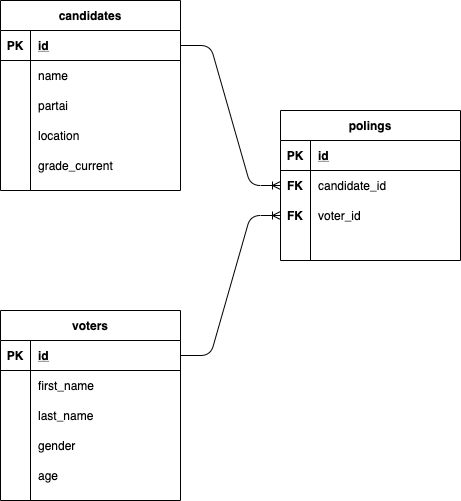
Before: Schema - Poll DB.png, a diagram exported from draw.io (akbarhabiby/draw.io). Source tidied: cells renumbered, new cells last; positions are measured from the earlier drawing's top-left corner, leaving out a move shared by most shapes.
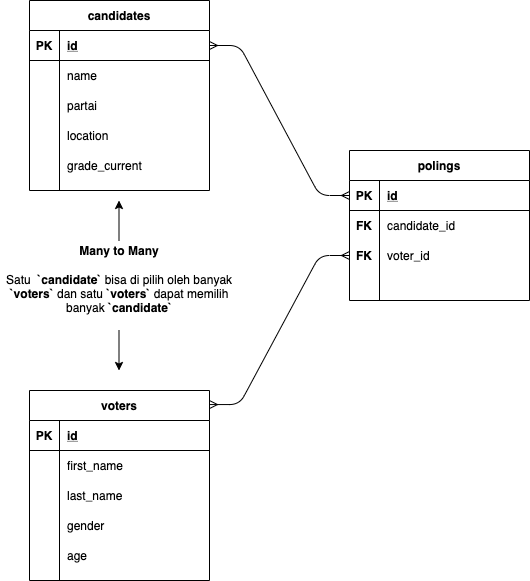
Later version of the same file.

What changed in the source:
```diff
@@ -2,12 +2,6 @@
   <root>
     <mxCell id="0" />
     <mxCell id="1" parent="0" />
-    <mxCell id="2" style="edgeStyle=entityRelationEdgeStyle;fontSize=12;html=1;endArrow=ERoneToMany;entryX=0;entryY=0.5;entryDx=0;entryDy=0;exitX=1;exitY=0.5;exitDx=0;exitDy=0;" parent="1" edge="1" source="5" target="40">
-      <mxGeometry relative="1" as="geometry" />
-    </mxCell>
-    <mxCell id="3" style="edgeStyle=entityRelationEdgeStyle;fontSize=12;html=1;endArrow=ERoneToMany;exitX=1;exitY=0.5;exitDx=0;exitDy=0;entryX=0;entryY=0.5;entryDx=0;entryDy=0;" parent="1" edge="1" source="21" target="43">
-      <mxGeometry relative="1" as="geometry" />
-    </mxCell>
     <mxCell id="4" value="candidates" style="shape=table;startSize=30;rowLines=0;fontStyle=1;align=center;" parent="1" vertex="1">
       <mxGeometry width="180" height="190" as="geometry" />
     </mxCell>
@@ -56,8 +50,14 @@
     <mxCell id="19" value="grade_current" style="shape=partialRectangle;fillColor=none;top=0;left=0;bottom=0;right=0;align=left;spacingLeft=6;overflow=hidden;" parent="17" vertex="1">
       <mxGeometry x="30" width="150" height="30" as="geometry" />
     </mxCell>
+    <mxCell id="49" style="edgeStyle=entityRelationEdgeStyle;fontSize=12;html=1;endArrow=ERmany;startArrow=ERmany;exitX=1;exitY=0.074;exitDx=0;exitDy=0;exitPerimeter=0;entryX=0;entryY=0.5;entryDx=0;entryDy=0;" parent="1" edge="1" source="20" target="43">
+      <mxGeometry relative="1" as="geometry" />
+    </mxCell>
+    <mxCell id="50" style="edgeStyle=entityRelationEdgeStyle;fontSize=12;html=1;endArrow=ERmany;startArrow=ERmany;exitX=1;exitY=0.5;exitDx=0;exitDy=0;entryX=0;entryY=0.5;entryDx=0;entryDy=0;" parent="1" edge="1" source="5" target="37">
+      <mxGeometry relative="1" as="geometry" />
+    </mxCell>
     <mxCell id="20" value="voters" style="shape=table;startSize=30;rowLines=0;fontStyle=1;align=center;" parent="1" vertex="1">
-      <mxGeometry y="310" width="180" height="190" as="geometry" />
+      <mxGeometry y="390" width="180" height="190" as="geometry" />
     </mxCell>
     <mxCell id="21" style="shape=partialRectangle;fillColor=none;top=0;left=0;bottom=1;right=0;points=[[0,0.5],[1,0.5]];portConstraint=eastwest;" parent="20" vertex="1">
       <mxGeometry y="30" width="180" height="30" as="geometry" />
@@ -105,7 +105,7 @@
       <mxGeometry x="30" width="150" height="30" as="geometry" />
     </mxCell>
     <mxCell id="36" value="polings" style="shape=table;startSize=30;rowLines=0;fontStyle=1;align=center;" parent="1" vertex="1">
-      <mxGeometry x="280" y="110" width="180" height="150" as="geometry" />
+      <mxGeometry x="320" y="150" width="180" height="150" as="geometry" />
     </mxCell>
     <mxCell id="37" style="shape=partialRectangle;fillColor=none;top=0;left=0;bottom=1;right=0;points=[[0,0.5],[1,0.5]];portConstraint=eastwest;" parent="36" vertex="1">
       <mxGeometry y="30" width="180" height="30" as="geometry" />
@@ -143,5 +143,23 @@
     <mxCell id="48" style="shape=partialRectangle;fillColor=none;top=0;left=0;bottom=0;right=0;align=left;spacingLeft=6;overflow=hidden;" parent="46" vertex="1">
       <mxGeometry x="30" width="150" height="30" as="geometry" />
     </mxCell>
+    <mxCell id="51" value="&lt;b&gt;Many to Many&lt;/b&gt;" style="text;html=1;strokeColor=none;fillColor=none;align=center;verticalAlign=middle;whiteSpace=wrap;rounded=0;" parent="1" vertex="1">
+      <mxGeometry x="30" y="240" width="120" height="20" as="geometry" />
+    </mxCell>
+    <mxCell id="52" value="Satu&amp;nbsp;&lt;b&gt;&amp;nbsp;`candidate` &lt;/b&gt;bisa di pilih oleh banyak &lt;b&gt;`voters`&lt;/b&gt;&amp;nbsp;dan satu &lt;b&gt;`voters`&lt;/b&gt;&amp;nbsp;dapat memilih banyak &lt;b&gt;`candidate`&lt;/b&gt;" style="text;html=1;strokeColor=none;fillColor=none;align=center;verticalAlign=middle;whiteSpace=wrap;rounded=0;" parent="1" vertex="1">
+      <mxGeometry x="-28.8" y="260" width="237.5" height="65" as="geometry" />
+    </mxCell>
+    <mxCell id="53" style="endArrow=classic;html=1;" parent="1" edge="1">
+      <mxGeometry relative="1" as="geometry">
+        <mxPoint x="89.5" y="240" as="sourcePoint" />
+        <mxPoint x="89.5" y="200" as="targetPoint" />
+      </mxGeometry>
+    </mxCell>
+    <mxCell id="54" style="endArrow=classic;html=1;" parent="1" edge="1">
+      <mxGeometry relative="1" as="geometry">
+        <mxPoint x="89.5" y="330" as="sourcePoint" />
+        <mxPoint x="89.5" y="370" as="targetPoint" />
+      </mxGeometry>
+    </mxCell>
   </root>
 </mxGraphModel>
```
